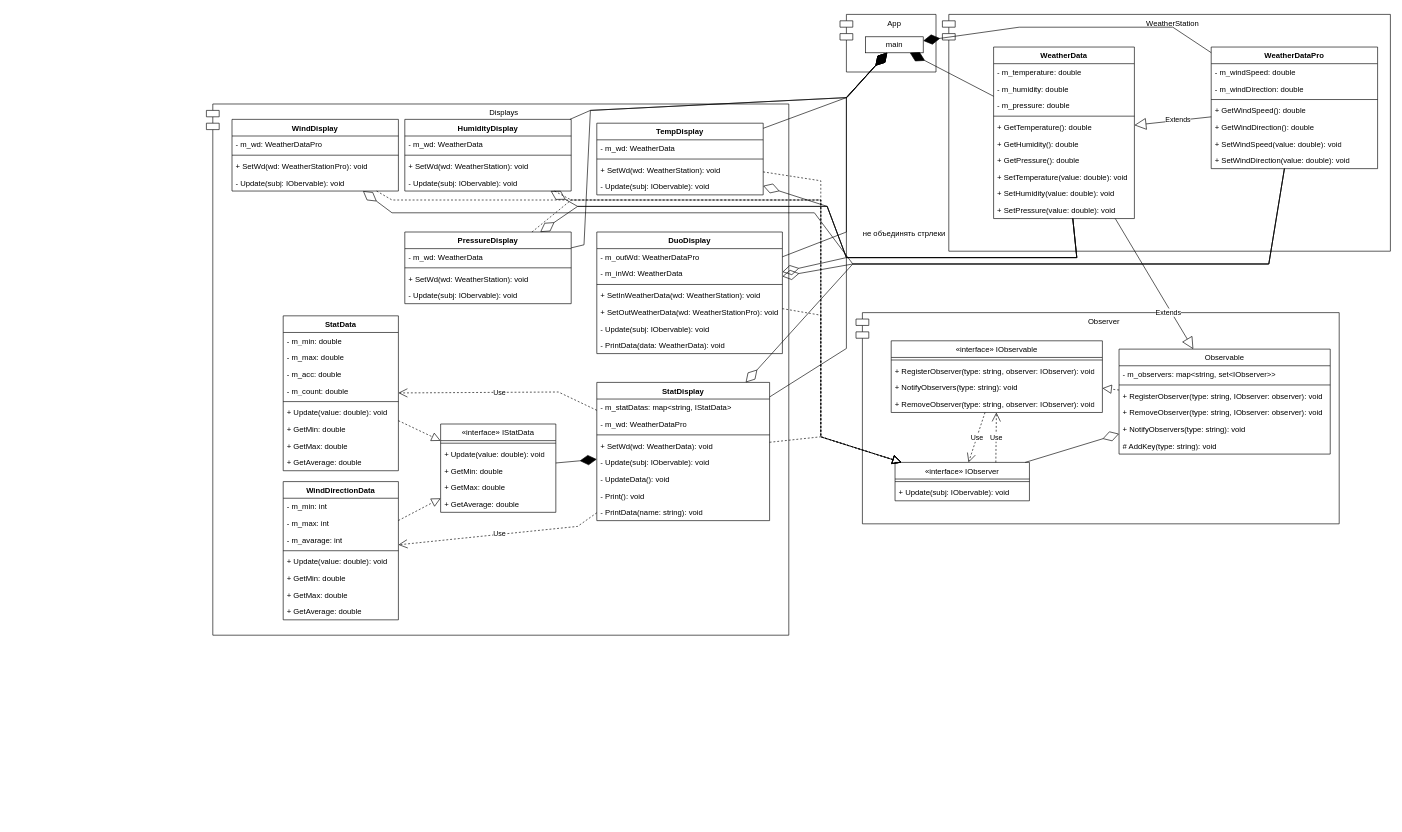
ProstP/OOD keeps this draw.io diagram as lw2/WeatherStationPro.drawio. Above is the earlier version. Source tidied: cells renumbered, new cells numbered last; positions are measured from the earlier drawing's top-left corner, leaving out a move shared by most shapes. Both pictures are drawn from the tidied source at 64%, with x=0, y=0 at pixel (206, 14).
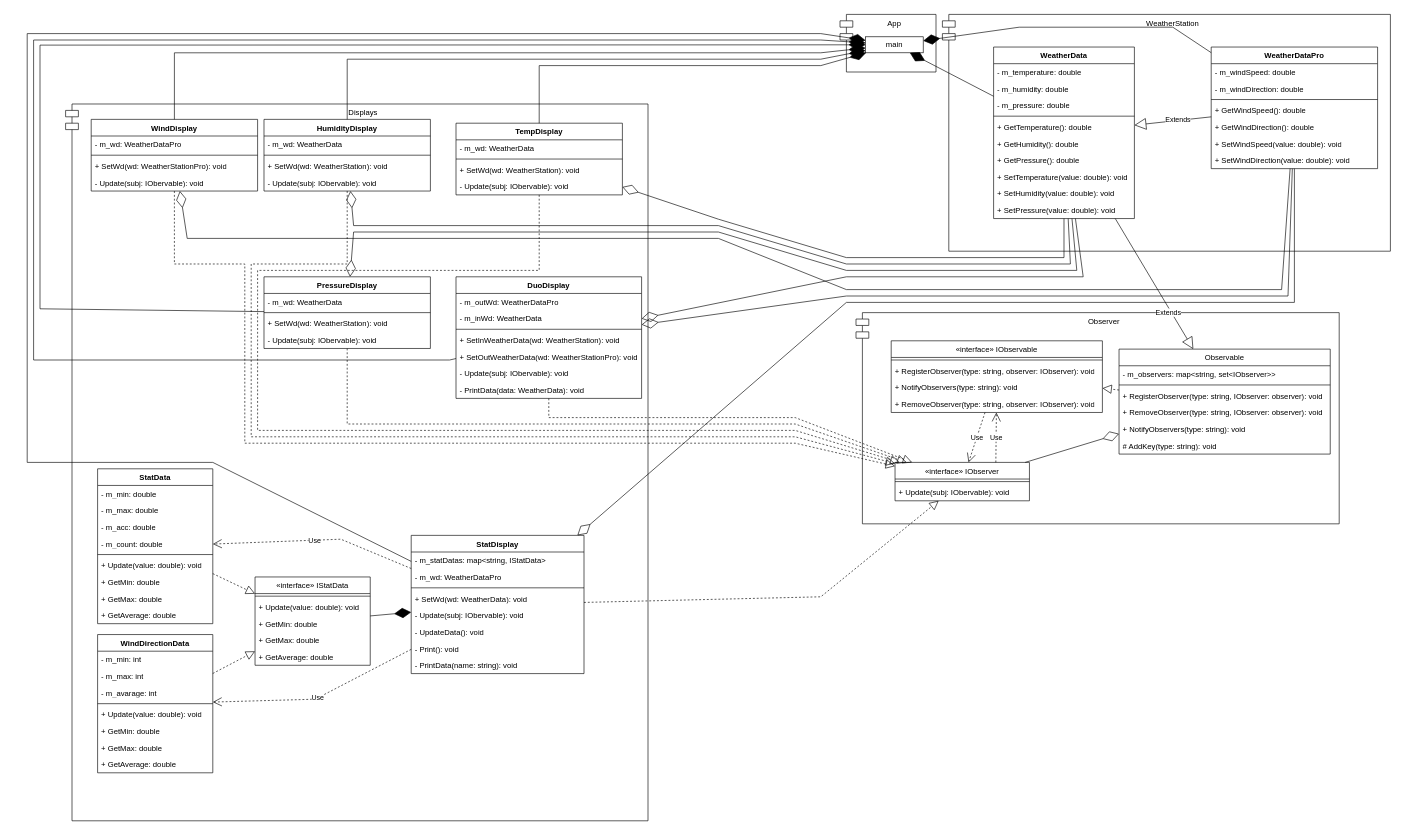
Above is the later version.

Commit message:
Lw2-7 Разъединил связи в диаграмме

The change refers to these unchanged cells:
```xml
<mxCell id="3" value="main" style="html=1;whiteSpace=wrap;" parent="1" vertex="1">
  <mxGeometry x="1030" y="35" width="90" height="25" as="geometry" />
</mxCell>
<mxCell id="5" value="WeatherData" style="swimlane;fontStyle=1;align=center;verticalAlign=top;horizontal=1;startSize=26;whiteSpace=wrap;html=1;" parent="1" vertex="1">
  <mxGeometry x="1230" y="51" width="220" height="268" as="geometry" />
</mxCell>
<mxCell id="17" value="&lt;span style=&quot;font-weight: 400;&quot;&gt;«interface» IObserver&lt;/span&gt;" style="swimlane;fontStyle=1;align=center;verticalAlign=top;horizontal=1;startSize=26;whiteSpace=wrap;html=1;" parent="1" vertex="1">
  <mxGeometry x="1076" y="700" width="210" height="60" as="geometry" />
</mxCell>
<mxCell id="80" value="WeatherDataPro" style="swimlane;fontStyle=1;align=center;verticalAlign=top;horizontal=1;startSize=26;whiteSpace=wrap;html=1;" parent="1" vertex="1">
  <mxGeometry x="1570" y="51" width="260" height="190" as="geometry" />
</mxCell>
```

The edit, as a diff of the source:
```diff
@@
     <mxCell id="37" value="Displays" style="shape=module;align=left;spacingLeft=20;align=center;verticalAlign=top;whiteSpace=wrap;html=1;" parent="1" vertex="1">
-      <mxGeometry y="140" width="910" height="830" as="geometry" />
+      <mxGeometry x="-220" y="140" width="910" height="1120" as="geometry" />
     </mxCell>
     <mxCell id="38" value="DuoDisplay" style="swimlane;fontStyle=1;align=center;verticalAlign=top;horizontal=1;startSize=26;whiteSpace=wrap;html=1;" parent="1" vertex="1">
-      <mxGeometry x="610" y="340" width="290" height="190" as="geometry" />
+      <mxGeometry x="390" y="410" width="290" height="190" as="geometry" />
     </mxCell>
@@
     <mxCell id="46" style="endArrow=block;dashed=1;endFill=0;endSize=12;html=1;rounded=0;" parent="1" edge="1" source="38" target="17">
       <mxGeometry relative="1" as="geometry">
         <Array as="points">
-          <mxPoint x="960" y="470" />
-          <mxPoint x="960" y="660" />
+          <mxPoint x="535" y="630" />
+          <mxPoint x="920" y="630" />
         </Array>
       </mxGeometry>
     </mxCell>
     <mxCell id="47" style="endArrow=diamondThin;endFill=0;endSize=24;html=1;rounded=0;" parent="1" edge="1" source="5" target="38">
       <mxGeometry relative="1" as="geometry">
         <Array as="points">
-          <mxPoint x="1360" y="380" />
-          <mxPoint x="1000" y="380" />
+          <mxPoint x="1370" y="410" />
+          <mxPoint x="1000" y="410" />
         </Array>
       </mxGeometry>
     </mxCell>
     <mxCell id="48" style="endArrow=diamondThin;endFill=1;endSize=24;html=1;rounded=0;" parent="1" edge="1" source="38" target="3">
       <mxGeometry relative="1" as="geometry">
         <Array as="points">
-          <mxPoint x="1000" y="340" />
-          <mxPoint x="1000" y="130" />
+          <mxPoint x="380" y="540" />
+          <mxPoint x="-270" y="540" />
+          <mxPoint x="-270" y="40" />
+          <mxPoint x="960" y="40" />
         </Array>
       </mxGeometry>
     </mxCell>
@@
     <mxCell id="50" value="TempDisplay" style="swimlane;fontStyle=1;align=center;verticalAlign=top;horizontal=1;startSize=26;whiteSpace=wrap;html=1;" parent="1" vertex="1">
-      <mxGeometry x="610" y="170" width="260" height="112" as="geometry" />
+      <mxGeometry x="390" y="170" width="260" height="112" as="geometry" />
     </mxCell>
@@
     <mxCell id="55" value="StatDisplay" style="swimlane;fontStyle=1;align=center;verticalAlign=top;horizontal=1;startSize=26;whiteSpace=wrap;html=1;" parent="1" vertex="1">
-      <mxGeometry x="610" y="575" width="270" height="216" as="geometry" />
+      <mxGeometry x="320" y="814" width="270" height="216" as="geometry" />
     </mxCell>
@@
     <mxCell id="64" value="StatData" style="swimlane;fontStyle=1;align=center;verticalAlign=top;horizontal=1;startSize=26;whiteSpace=wrap;html=1;" parent="1" vertex="1">
-      <mxGeometry x="120" y="471" width="180" height="242" as="geometry" />
+      <mxGeometry x="-170" y="710" width="180" height="242" as="geometry" />
     </mxCell>
@@
     <mxCell id="74" style="endArrow=block;dashed=1;endFill=0;endSize=12;html=1;rounded=0;" parent="1" edge="1" source="55" target="17">
       <mxGeometry relative="1" as="geometry">
         <Array as="points">
-          <mxPoint x="960" y="660" />
+          <mxPoint x="960" y="910" />
         </Array>
       </mxGeometry>
     </mxCell>
     <mxCell id="75" style="endArrow=block;dashed=1;endFill=0;endSize=12;html=1;rounded=0;" parent="1" edge="1" source="50" target="17">
       <mxGeometry relative="1" as="geometry">
         <Array as="points">
-          <mxPoint x="960" y="260" />
-          <mxPoint x="960" y="660" />
+          <mxPoint x="520" y="400" />
+          <mxPoint x="80" y="400" />
+          <mxPoint x="80" y="650" />
+          <mxPoint x="920" y="650" />
         </Array>
       </mxGeometry>
     </mxCell>
     <mxCell id="76" style="endArrow=diamondThin;endFill=1;endSize=24;html=1;rounded=0;" parent="1" edge="1" source="55" target="3">
       <mxGeometry relative="1" as="geometry">
         <Array as="points">
-          <mxPoint x="1000" y="522" />
-          <mxPoint x="1000" y="130" />
+          <mxPoint x="10" y="700" />
+          <mxPoint x="-280" y="700" />
+          <mxPoint x="-280" y="30" />
+          <mxPoint x="960" y="30" />
         </Array>
       </mxGeometry>
     </mxCell>
     <mxCell id="77" style="endArrow=diamondThin;endFill=1;endSize=24;html=1;rounded=0;" parent="1" edge="1" source="50" target="3">
       <mxGeometry relative="1" as="geometry">
         <Array as="points">
-          <mxPoint x="1000" y="130" />
+          <mxPoint x="520" y="80" />
+          <mxPoint x="960" y="80" />
         </Array>
       </mxGeometry>
     </mxCell>
     <mxCell id="78" style="endArrow=diamondThin;endFill=0;endSize=24;html=1;rounded=0;" parent="1" edge="1" source="80" target="55">
       <mxGeometry relative="1" as="geometry">
         <Array as="points">
-          <mxPoint x="1660" y="390" />
-          <mxPoint x="1010" y="390" />
+          <mxPoint x="1700" y="450" />
+          <mxPoint x="1000" y="450" />
         </Array>
       </mxGeometry>
     </mxCell>
     <mxCell id="79" style="endArrow=diamondThin;endFill=0;endSize=24;html=1;rounded=0;" parent="1" edge="1" source="5" target="50">
       <mxGeometry relative="1" as="geometry">
         <Array as="points">
-          <mxPoint x="1360" y="380" />
+          <mxPoint x="1340" y="380" />
           <mxPoint x="1000" y="380" />
-          <mxPoint x="970" y="300" />
+          <mxPoint x="800" y="320" />
         </Array>
       </mxGeometry>
     </mxCell>
@@
     <mxCell id="90" value="HumidityDisplay" style="swimlane;fontStyle=1;align=center;verticalAlign=top;horizontal=1;startSize=26;whiteSpace=wrap;html=1;" parent="1" vertex="1">
-      <mxGeometry x="310" y="164" width="260" height="112" as="geometry" />
+      <mxGeometry x="90" y="164" width="260" height="112" as="geometry" />
     </mxCell>
@@
     <mxCell id="95" value="PressureDisplay" style="swimlane;fontStyle=1;align=center;verticalAlign=top;horizontal=1;startSize=26;whiteSpace=wrap;html=1;" parent="1" vertex="1">
-      <mxGeometry x="310" y="340" width="260" height="112" as="geometry" />
+      <mxGeometry x="90" y="410" width="260" height="112" as="geometry" />
     </mxCell>
@@
     <mxCell id="100" style="endArrow=block;dashed=1;endFill=0;endSize=12;html=1;rounded=0;" parent="1" edge="1" source="90" target="17">
       <mxGeometry relative="1" as="geometry">
         <Array as="points">
-          <mxPoint x="570" y="290" />
-          <mxPoint x="960" y="290" />
-          <mxPoint x="960" y="660" />
+          <mxPoint x="220" y="390" />
+          <mxPoint x="70" y="390" />
+          <mxPoint x="70" y="660" />
+          <mxPoint x="920" y="660" />
         </Array>
       </mxGeometry>
     </mxCell>
     <mxCell id="101" style="endArrow=block;dashed=1;endFill=0;endSize=12;html=1;rounded=0;" parent="1" edge="1" source="95" target="17">
       <mxGeometry relative="1" as="geometry">
         <Array as="points">
-          <mxPoint x="570" y="290" />
-          <mxPoint x="960" y="290" />
-          <mxPoint x="960" y="660" />
+          <mxPoint x="220" y="640" />
+          <mxPoint x="920" y="640" />
         </Array>
       </mxGeometry>
     </mxCell>
     <mxCell id="102" style="endArrow=diamondThin;endFill=0;endSize=24;html=1;rounded=0;" parent="1" edge="1" source="5" target="90">
       <mxGeometry relative="1" as="geometry">
         <Array as="points">
-          <mxPoint x="1360" y="380" />
-          <mxPoint x="1000" y="380" />
-          <mxPoint x="970" y="300" />
-          <mxPoint x="580" y="300" />
+          <mxPoint x="1350" y="390" />
+          <mxPoint x="1000" y="390" />
+          <mxPoint x="800" y="330" />
+          <mxPoint x="230" y="330" />
         </Array>
       </mxGeometry>
     </mxCell>
     <mxCell id="103" style="endArrow=diamondThin;endFill=0;endSize=24;html=1;rounded=0;" parent="1" edge="1" source="5" target="95">
       <mxGeometry relative="1" as="geometry">
         <Array as="points">
-          <mxPoint x="1360" y="380" />
-          <mxPoint x="1000" y="380" />
-          <mxPoint x="970" y="300" />
-          <mxPoint x="580" y="300" />
+          <mxPoint x="1360" y="400" />
+          <mxPoint x="1000" y="400" />
+          <mxPoint x="800" y="340" />
+          <mxPoint x="230" y="340" />
         </Array>
       </mxGeometry>
     </mxCell>
     <mxCell id="104" style="endArrow=diamondThin;endFill=1;endSize=24;html=1;rounded=0;" parent="1" edge="1" source="90" target="3">
       <mxGeometry relative="1" as="geometry">
         <Array as="points">
-          <mxPoint x="600" y="150" />
-          <mxPoint x="1001" y="130" />
+          <mxPoint x="220" y="70" />
+          <mxPoint x="960" y="70" />
         </Array>
       </mxGeometry>
     </mxCell>
     <mxCell id="105" style="endArrow=diamondThin;endFill=1;endSize=24;html=1;rounded=0;" parent="1" edge="1" source="95" target="3">
       <mxGeometry relative="1" as="geometry">
         <Array as="points">
-          <mxPoint x="590" y="360" />
-          <mxPoint x="600" y="150" />
-          <mxPoint x="1000" y="130" />
+          <mxPoint x="-260" y="460" />
+          <mxPoint x="-260" y="48" />
         </Array>
       </mxGeometry>
     </mxCell>
     <mxCell id="106" style="endArrow=diamondThin;endFill=0;endSize=24;html=1;rounded=0;" parent="1" edge="1" source="80" target="38">
       <mxGeometry relative="1" as="geometry">
         <Array as="points">
-          <mxPoint x="1660" y="390" />
-          <mxPoint x="1010" y="390" />
+          <mxPoint x="1690" y="440" />
+          <mxPoint x="1000" y="440" />
         </Array>
       </mxGeometry>
     </mxCell>
     <mxCell id="107" value="WindDisplay" style="swimlane;fontStyle=1;align=center;verticalAlign=top;horizontal=1;startSize=26;whiteSpace=wrap;html=1;" parent="1" vertex="1">
-      <mxGeometry x="40" y="164" width="260" height="112" as="geometry" />
+      <mxGeometry x="-180" y="164" width="260" height="112" as="geometry" />
     </mxCell>
@@
     <mxCell id="112" style="endArrow=block;dashed=1;endFill=0;endSize=12;html=1;rounded=0;" parent="1" edge="1" source="107" target="17">
       <mxGeometry relative="1" as="geometry">
         <Array as="points">
-          <mxPoint x="290" y="290" />
-          <mxPoint x="960" y="290" />
-          <mxPoint x="960" y="660" />
+          <mxPoint x="-50" y="390" />
+          <mxPoint x="60" y="390" />
+          <mxPoint x="60" y="670" />
+          <mxPoint x="920" y="670" />
         </Array>
       </mxGeometry>
     </mxCell>
     <mxCell id="113" style="endArrow=diamondThin;endFill=0;endSize=24;html=1;rounded=0;" parent="1" edge="1" source="80" target="107">
       <mxGeometry relative="1" as="geometry">
         <Array as="points">
-          <mxPoint x="1660" y="390" />
-          <mxPoint x="1010" y="390" />
-          <mxPoint x="950" y="310" />
-          <mxPoint x="290" y="310" />
+          <mxPoint x="1680" y="430" />
+          <mxPoint x="1000" y="430" />
+          <mxPoint x="800" y="350" />
+          <mxPoint x="-30" y="350" />
         </Array>
       </mxGeometry>
     </mxCell>
     <mxCell id="114" value="Use" style="endArrow=open;endSize=12;dashed=1;html=1;rounded=0;" parent="1" edge="1" source="55" target="64">
       <mxGeometry relative="1" as="geometry">
         <Array as="points">
-          <mxPoint x="550" y="590" />
+          <mxPoint x="210" y="820" />
         </Array>
       </mxGeometry>
     </mxCell>
     <mxCell id="115" value="WindDirectionData" style="swimlane;fontStyle=1;align=center;verticalAlign=top;horizontal=1;startSize=26;whiteSpace=wrap;html=1;" parent="1" vertex="1">
-      <mxGeometry x="120" y="730" width="180" height="216" as="geometry" />
+      <mxGeometry x="-170" y="969" width="180" height="216" as="geometry" />
     </mxCell>
@@
     <mxCell id="124" value="Use" style="endArrow=open;endSize=12;dashed=1;html=1;rounded=0;" parent="1" edge="1" source="55" target="115">
       <mxGeometry relative="1" as="geometry">
         <Array as="points">
-          <mxPoint x="580" y="800" />
+          <mxPoint x="170" y="1070" />
         </Array>
       </mxGeometry>
     </mxCell>
     <mxCell id="125" value="&lt;span style=&quot;font-weight: 400;&quot;&gt;«interface» IStatData&lt;/span&gt;" style="swimlane;fontStyle=1;align=center;verticalAlign=top;horizontal=1;startSize=26;whiteSpace=wrap;html=1;" parent="1" vertex="1">
-      <mxGeometry x="366" y="640" width="180" height="138" as="geometry" />
+      <mxGeometry x="76" y="879" width="180" height="138" as="geometry" />
     </mxCell>
@@
-    <mxCell id="134" value="не объединять стрлеки" style="text;html=1;align=center;verticalAlign=middle;strokeColor=none;fillColor=none;" parent="1" vertex="1">
-      <mxGeometry x="1015" y="328" width="150" height="30" as="geometry" />
-    </mxCell>
+    <mxCell id="135" style="endArrow=diamondThin;endFill=1;endSize=24;html=1;rounded=0;" parent="1" edge="1" source="107" target="3">
+      <mxGeometry relative="1" as="geometry">
+        <Array as="points">
+          <mxPoint x="-50" y="60" />
+          <mxPoint x="960" y="60" />
+        </Array>
+      </mxGeometry>
+    </mxCell>
```
